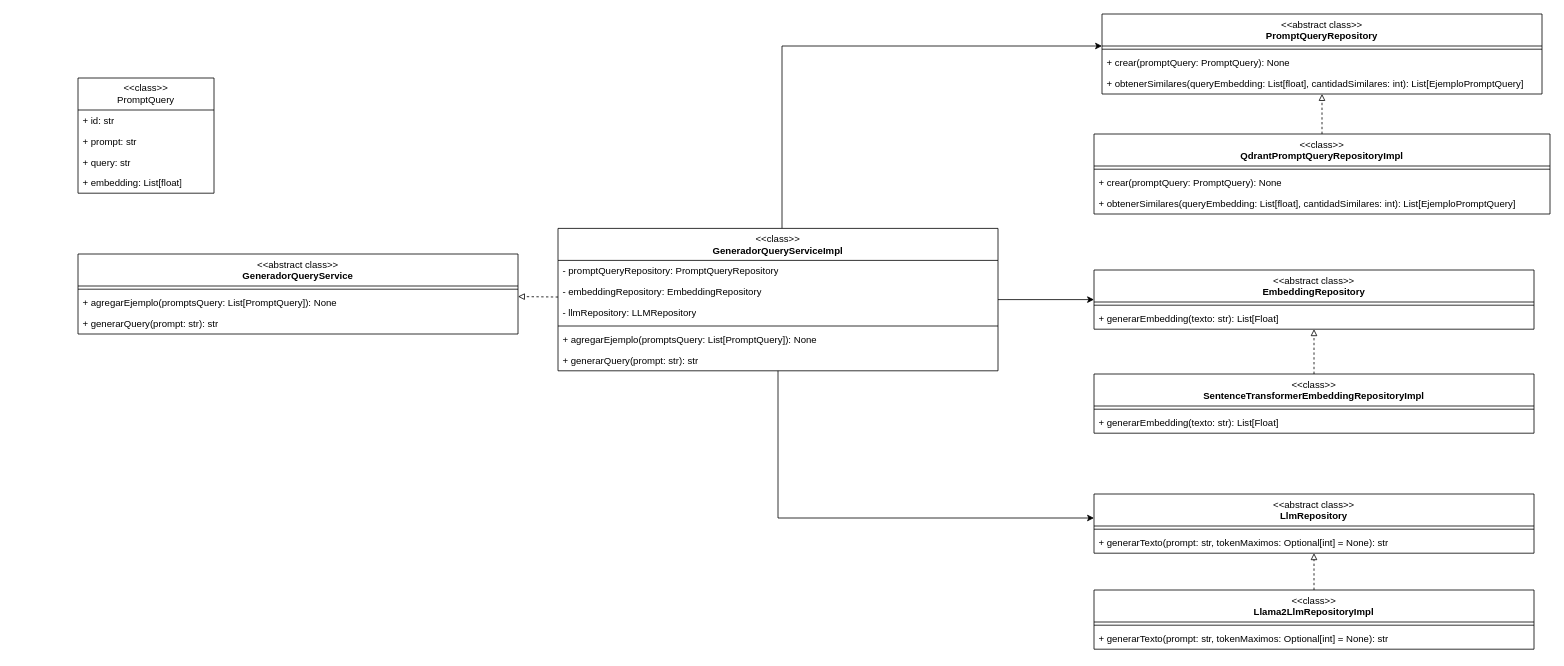
AngelGabrielArevalo/proyecto-ia-generador-query keeps this draw.io diagram as docs/Diseño-ia.drawio. Above is the earlier version. Source tidied: cells renumbered, new cells numbered last; positions are measured from the earlier drawing's top-left corner, leaving out a move shared by most shapes. Both pictures are drawn from the tidied source at 80%, with x=0, y=0 at pixel (78, 14).
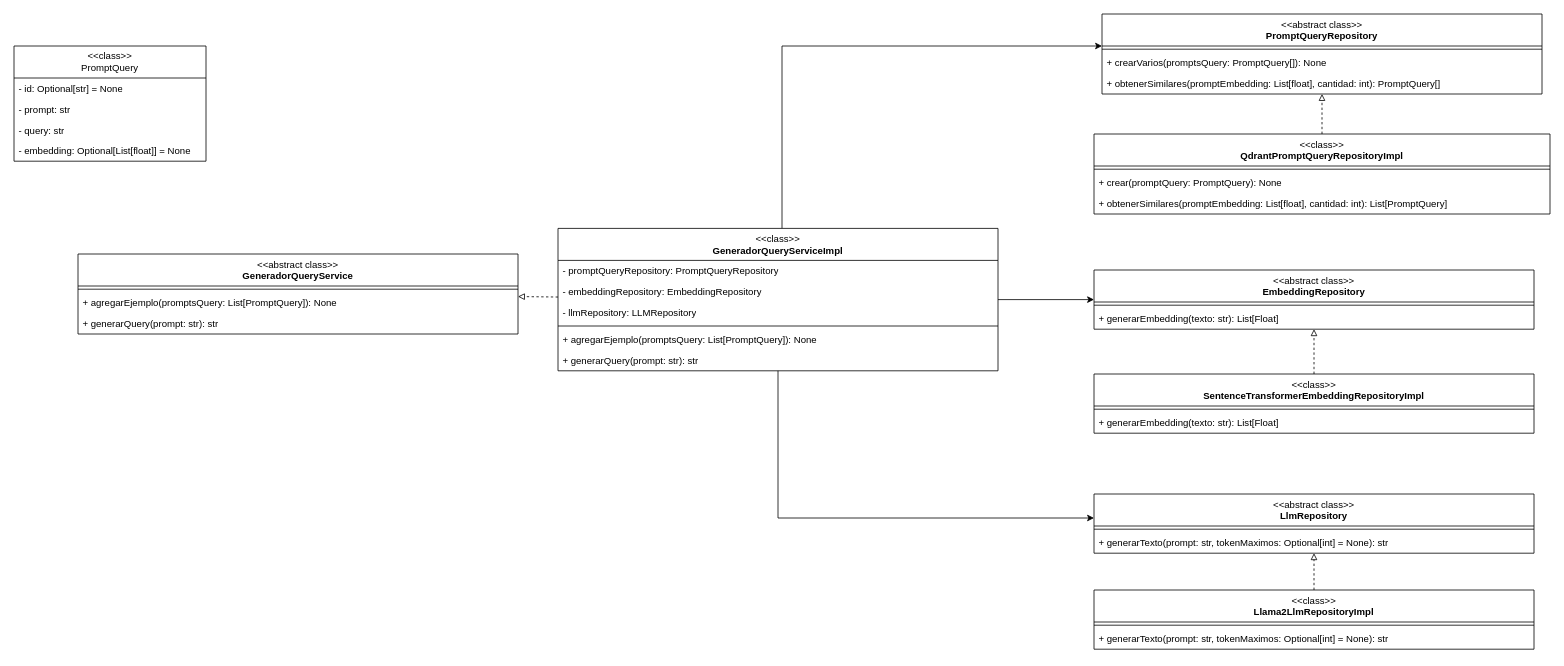
The same diagram, later.

Unchanged cells that the change refers to:
```xml
<mxCell id="7" value="&lt;span style=&quot;font-weight: normal;&quot;&gt;&amp;lt;&amp;lt;abstract class&amp;gt;&amp;gt;&lt;/span&gt;&lt;br&gt;PromptQueryRepository" style="swimlane;fontStyle=1;align=center;verticalAlign=top;horizontal=1;startSize=40;whiteSpace=wrap;html=1;" parent="1" vertex="1">
  <mxGeometry x="1280" width="550" height="100" as="geometry" />
</mxCell>
<mxCell id="22" value="&lt;span style=&quot;font-weight: normal;&quot;&gt;&amp;lt;&amp;lt;class&amp;gt;&amp;gt;&lt;/span&gt;&lt;br&gt;&lt;span style=&quot;&quot;&gt;Qdrant&lt;/span&gt;PromptQueryRepositoryImpl" style="swimlane;fontStyle=1;align=center;verticalAlign=top;horizontal=1;startSize=40;whiteSpace=wrap;html=1;" parent="1" vertex="1">
  <mxGeometry x="1270" y="150" width="570" height="100" as="geometry" />
</mxCell>
```

The edit, as a diff of the source:
```diff
@@
     <mxCell id="2" value="&amp;lt;&amp;lt;class&amp;gt;&amp;gt;&lt;br&gt;PromptQuery" style="swimlane;fontStyle=0;horizontal=1;startSize=40;fillColor=none;whiteSpace=wrap;html=1;" parent="1" vertex="1">
-      <mxGeometry y="80" width="170" height="144" as="geometry" />
+      <mxGeometry x="-80" y="40" width="240" height="144" as="geometry" />
     </mxCell>
-    <mxCell id="3" value="+ id: str" style="text;strokeColor=none;fillColor=none;align=left;verticalAlign=top;spacingLeft=4;spacingRight=4;overflow=hidden;whiteSpace=wrap;html=1;" parent="2" vertex="1">
-      <mxGeometry y="40" width="170" height="26" as="geometry" />
-    </mxCell>
+    <mxCell id="45" value="- id:&amp;nbsp;&lt;span style=&quot;text-align: center;&quot;&gt;Optional[str] = None&lt;/span&gt;" style="text;strokeColor=none;fillColor=none;align=left;verticalAlign=top;spacingLeft=4;spacingRight=4;overflow=hidden;whiteSpace=wrap;html=1;" parent="2" vertex="1">
+      <mxGeometry y="40" width="240" height="26" as="geometry" />
+    </mxCell>
-    <mxCell id="4" value="+ prompt: str" style="text;strokeColor=none;fillColor=none;align=left;verticalAlign=top;spacingLeft=4;spacingRight=4;overflow=hidden;whiteSpace=wrap;html=1;" parent="2" vertex="1">
-      <mxGeometry y="66" width="170" height="26" as="geometry" />
+    <mxCell id="4" value="- prompt: str" style="text;strokeColor=none;fillColor=none;align=left;verticalAlign=top;spacingLeft=4;spacingRight=4;overflow=hidden;whiteSpace=wrap;html=1;" parent="2" vertex="1">
+      <mxGeometry y="66" width="240" height="26" as="geometry" />
     </mxCell>
-    <mxCell id="5" value="+ query: str" style="text;strokeColor=none;fillColor=none;align=left;verticalAlign=top;spacingLeft=4;spacingRight=4;overflow=hidden;whiteSpace=wrap;html=1;" parent="2" vertex="1">
-      <mxGeometry y="92" width="170" height="26" as="geometry" />
+    <mxCell id="5" value="- query: str" style="text;strokeColor=none;fillColor=none;align=left;verticalAlign=top;spacingLeft=4;spacingRight=4;overflow=hidden;whiteSpace=wrap;html=1;" parent="2" vertex="1">
+      <mxGeometry y="92" width="240" height="26" as="geometry" />
     </mxCell>
-    <mxCell id="6" value="+&amp;nbsp;embedding: List[float]" style="text;strokeColor=none;fillColor=none;align=left;verticalAlign=top;spacingLeft=4;spacingRight=4;overflow=hidden;whiteSpace=wrap;html=1;" parent="2" vertex="1">
-      <mxGeometry y="118" width="170" height="26" as="geometry" />
+    <mxCell id="6" value="- embedding: &lt;span style=&quot;text-align: center;&quot;&gt;Optional[&lt;/span&gt;List[float]&lt;span style=&quot;text-align: center;&quot;&gt;] = None&lt;/span&gt;" style="text;strokeColor=none;fillColor=none;align=left;verticalAlign=top;spacingLeft=4;spacingRight=4;overflow=hidden;whiteSpace=wrap;html=1;" parent="2" vertex="1">
+      <mxGeometry y="118" width="240" height="26" as="geometry" />
     </mxCell>
@@
-    <mxCell id="9" value="+ crear(p&lt;span style=&quot;text-align: center;&quot;&gt;romptQuery&lt;/span&gt;&lt;span style=&quot;text-align: center;&quot;&gt;:&amp;nbsp;&lt;/span&gt;&lt;span style=&quot;text-align: center;&quot;&gt;PromptQuery&lt;/span&gt;): None" style="text;strokeColor=none;fillColor=none;align=left;verticalAlign=top;spacingLeft=4;spacingRight=4;overflow=hidden;whiteSpace=wrap;html=1;" parent="7" vertex="1">
+    <mxCell id="9" value="+ crearVarios(p&lt;span style=&quot;text-align: center;&quot;&gt;romptsQuery&lt;/span&gt;&lt;span style=&quot;text-align: center;&quot;&gt;:&amp;nbsp;&lt;/span&gt;&lt;span style=&quot;text-align: center;&quot;&gt;PromptQuery[]&lt;/span&gt;): None" style="text;strokeColor=none;fillColor=none;align=left;verticalAlign=top;spacingLeft=4;spacingRight=4;overflow=hidden;whiteSpace=wrap;html=1;" parent="7" vertex="1">
       <mxGeometry y="48" width="550" height="26" as="geometry" />
     </mxCell>
-    <mxCell id="10" value="+ obtenerSimilares(queryEmbedding: List[float], cantidadSimilares: int): List[&lt;span style=&quot;text-align: center;&quot;&gt;EjemploPromptQuery&lt;/span&gt;]" style="text;strokeColor=none;fillColor=none;align=left;verticalAlign=top;spacingLeft=4;spacingRight=4;overflow=hidden;whiteSpace=wrap;html=1;" parent="7" vertex="1">
+    <mxCell id="10" value="+ obtenerSimilares(promptEmbedding: List[float], cantidad: int):&amp;nbsp;&lt;span style=&quot;text-align: center;&quot;&gt;PromptQuery[]&lt;/span&gt;" style="text;strokeColor=none;fillColor=none;align=left;verticalAlign=top;spacingLeft=4;spacingRight=4;overflow=hidden;whiteSpace=wrap;html=1;" parent="7" vertex="1">
       <mxGeometry y="74" width="550" height="26" as="geometry" />
     </mxCell>
@@
-    <mxCell id="25" value="+ obtenerSimilares(queryEmbedding: List[float], cantidadSimilares: int): List[&lt;span style=&quot;text-align: center;&quot;&gt;EjemploPromptQuery&lt;/span&gt;]" style="text;strokeColor=none;fillColor=none;align=left;verticalAlign=top;spacingLeft=4;spacingRight=4;overflow=hidden;whiteSpace=wrap;html=1;" parent="22" vertex="1">
+    <mxCell id="25" value="+ obtenerSimilares(promptEmbedding: List[float], cantidad: int): List[&lt;span style=&quot;text-align: center;&quot;&gt;PromptQuery&lt;/span&gt;]" style="text;strokeColor=none;fillColor=none;align=left;verticalAlign=top;spacingLeft=4;spacingRight=4;overflow=hidden;whiteSpace=wrap;html=1;" parent="22" vertex="1">
       <mxGeometry y="74" width="570" height="26" as="geometry" />
     </mxCell>
```
